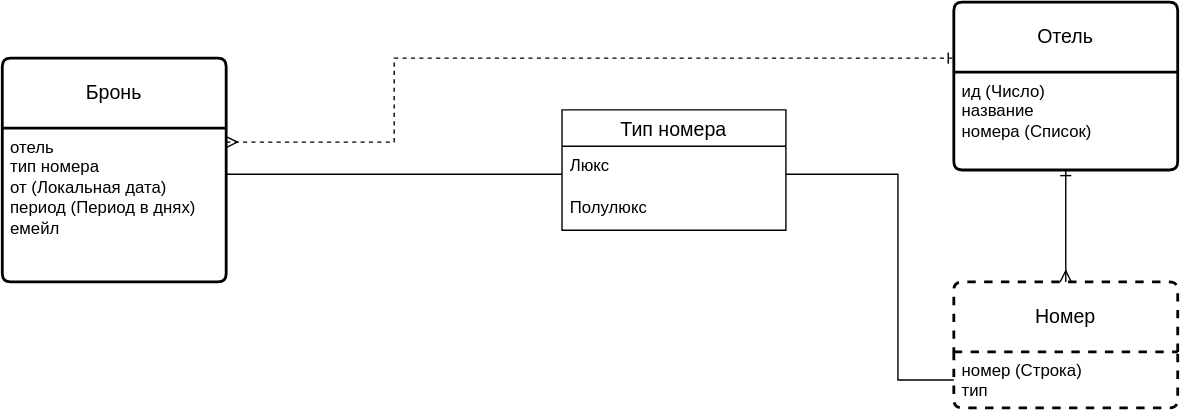
Above: docs/images/ER.drawio.svg in ergonomic-code/Project-Mariotte (draw.io), before the change. Source tidied: cells renumbered, new cells last; positions are measured from the earlier drawing's top-left corner, leaving out a move shared by most shapes.
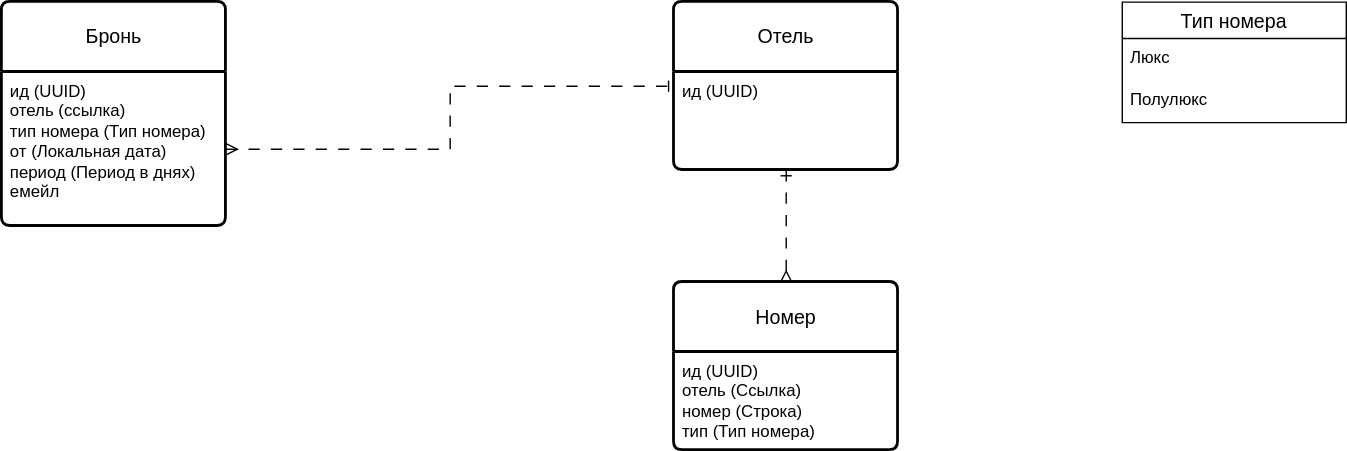
After the commit.

What changed in the source:
```diff
@@ -2,23 +2,23 @@
   <root>
     <mxCell id="0" />
     <mxCell id="1" parent="0" />
-    <mxCell id="2" style="edgeStyle=orthogonalEdgeStyle;rounded=0;jettySize=auto;html=1;endArrow=ERmany;endFill=0;startArrow=ERone;startFill=0;" parent="1" edge="1" source="3" target="5">
+    <mxCell id="2" style="edgeStyle=orthogonalEdgeStyle;rounded=0;jettySize=auto;html=1;endArrow=ERmany;endFill=0;startArrow=ERone;startFill=0;dashed=1;dashPattern=8 8;" parent="1" edge="1" source="3" target="5">
       <mxGeometry relative="1" as="geometry" />
     </mxCell>
     <mxCell id="3" value="Отель" style="swimlane;horizontal=1;startSize=50;rounded=1;fontSize=14;fontStyle=0;strokeWidth=2;shadow=0;dashed=0;align=center;arcSize=4;whiteSpace=wrap;html=1;" parent="1" vertex="1">
-      <mxGeometry x="680" width="160" height="120" as="geometry" />
+      <mxGeometry x="480" y="40" width="160" height="120" as="geometry" />
     </mxCell>
-    <mxCell id="4" value="ид (Число)&lt;div&gt;название&lt;/div&gt;&lt;div&gt;номера (Список)&lt;/div&gt;" style="align=left;strokeColor=none;fillColor=none;spacingLeft=4;fontSize=12;verticalAlign=top;html=1;" parent="3" vertex="1">
+    <mxCell id="4" value="ид (UUID)" style="align=left;strokeColor=none;fillColor=none;spacingLeft=4;fontSize=12;verticalAlign=top;html=1;" parent="3" vertex="1">
       <mxGeometry y="50" width="160" height="70" as="geometry" />
     </mxCell>
-    <mxCell id="5" value="Номер" style="swimlane;horizontal=1;startSize=50;rounded=1;fontSize=14;fontStyle=0;strokeWidth=2;shadow=0;dashed=1;align=center;arcSize=4;whiteSpace=wrap;html=1;" parent="1" vertex="1">
-      <mxGeometry x="680" y="200" width="160" height="90" as="geometry" />
+    <mxCell id="5" value="Номер" style="swimlane;horizontal=1;startSize=50;rounded=1;fontSize=14;fontStyle=0;strokeWidth=2;shadow=0;align=center;arcSize=4;whiteSpace=wrap;html=1;" parent="1" vertex="1">
+      <mxGeometry x="480" y="240" width="160" height="120" as="geometry" />
     </mxCell>
-    <mxCell id="6" value="номер (Строка)&lt;div&gt;тип&lt;/div&gt;" style="align=left;strokeColor=none;fillColor=none;spacingLeft=4;fontSize=12;verticalAlign=top;html=1;" parent="5" vertex="1">
-      <mxGeometry y="50" width="160" height="40" as="geometry" />
+    <mxCell id="6" value="&lt;div&gt;ид (UUID)&lt;/div&gt;&lt;div&gt;отель (Ссылка)&lt;/div&gt;номер (Строка)&lt;div&gt;тип (Тип номера)&lt;/div&gt;" style="align=left;strokeColor=none;fillColor=none;spacingLeft=4;fontSize=12;verticalAlign=top;html=1;" parent="5" vertex="1">
+      <mxGeometry y="50" width="160" height="70" as="geometry" />
     </mxCell>
     <mxCell id="7" value="Тип номера" style="swimlane;fontStyle=0;horizontal=1;startSize=26;align=center;fontSize=14;" parent="1" vertex="1">
-      <mxGeometry x="400" y="77" width="160" height="86" as="geometry" />
+      <mxGeometry x="800" y="40" width="160" height="86" as="geometry" />
     </mxCell>
     <mxCell id="8" value="Люкс" style="text;strokeColor=none;fillColor=none;spacingLeft=4;spacingRight=4;overflow=hidden;fontSize=12;whiteSpace=wrap;html=1;" parent="7" vertex="1">
       <mxGeometry y="26" width="160" height="30" as="geometry" />
@@ -26,35 +26,14 @@
     <mxCell id="9" value="Полулюкс" style="text;strokeColor=none;fillColor=none;spacingLeft=4;spacingRight=4;overflow=hidden;fontSize=12;whiteSpace=wrap;html=1;" parent="7" vertex="1">
       <mxGeometry y="56" width="160" height="30" as="geometry" />
     </mxCell>
-    <mxCell id="10" style="edgeStyle=orthogonalEdgeStyle;rounded=0;jettySize=auto;html=1;endArrow=none;endFill=0;" parent="1" edge="1" source="6" target="7">
-      <mxGeometry relative="1" as="geometry">
-        <Array as="points">
-          <mxPoint x="640" y="270" />
-          <mxPoint x="640" y="123" />
-        </Array>
-      </mxGeometry>
-    </mxCell>
     <mxCell id="11" value="Бронь" style="swimlane;horizontal=1;startSize=50;rounded=1;fontSize=14;fontStyle=0;strokeWidth=2;shadow=0;align=center;arcSize=4;whiteSpace=wrap;html=1;" parent="1" vertex="1">
       <mxGeometry y="40" width="160" height="160" as="geometry" />
     </mxCell>
-    <mxCell id="12" value="&lt;div&gt;отель&lt;/div&gt;тип номера&lt;div&gt;от (Локальная дата)&lt;/div&gt;&lt;div&gt;период (Период в днях)&lt;/div&gt;&lt;div&gt;емейл&lt;/div&gt;" style="align=left;strokeColor=none;fillColor=none;spacingLeft=4;fontSize=12;verticalAlign=top;html=1;" parent="11" vertex="1">
+    <mxCell id="12" value="&lt;div&gt;ид (UUID)&lt;/div&gt;&lt;div&gt;отель (ссылка)&lt;/div&gt;тип номера (Тип номера)&lt;div&gt;от (Локальная дата)&lt;/div&gt;&lt;div&gt;период (Период в днях)&lt;/div&gt;&lt;div&gt;емейл&lt;/div&gt;" style="align=left;strokeColor=none;fillColor=none;spacingLeft=4;fontSize=12;verticalAlign=top;html=1;" parent="11" vertex="1">
       <mxGeometry y="50" width="160" height="110" as="geometry" />
     </mxCell>
-    <mxCell id="13" style="edgeStyle=orthogonalEdgeStyle;rounded=0;jettySize=auto;html=1;endArrow=none;endFill=0;" parent="1" edge="1" source="11" target="7">
-      <mxGeometry relative="1" as="geometry">
-        <Array as="points">
-          <mxPoint x="240" y="123" />
-          <mxPoint x="240" y="123" />
-        </Array>
-      </mxGeometry>
-    </mxCell>
-    <mxCell id="14" style="edgeStyle=orthogonalEdgeStyle;rounded=0;jettySize=auto;html=1;dashed=1;endArrow=ERone;endFill=0;startArrow=ERmany;startFill=0;" parent="1" edge="1" source="12" target="3">
-      <mxGeometry relative="1" as="geometry">
-        <Array as="points">
-          <mxPoint x="280" y="100" />
-          <mxPoint x="280" y="40" />
-        </Array>
-      </mxGeometry>
+    <mxCell id="14" style="edgeStyle=orthogonalEdgeStyle;rounded=0;jettySize=auto;html=1;dashed=1;endArrow=ERone;endFill=0;startArrow=ERmany;startFill=0;dashPattern=8 8;" parent="1" edge="1" source="12" target="3">
+      <mxGeometry relative="1" as="geometry" />
     </mxCell>
   </root>
 </mxGraphModel>
```
